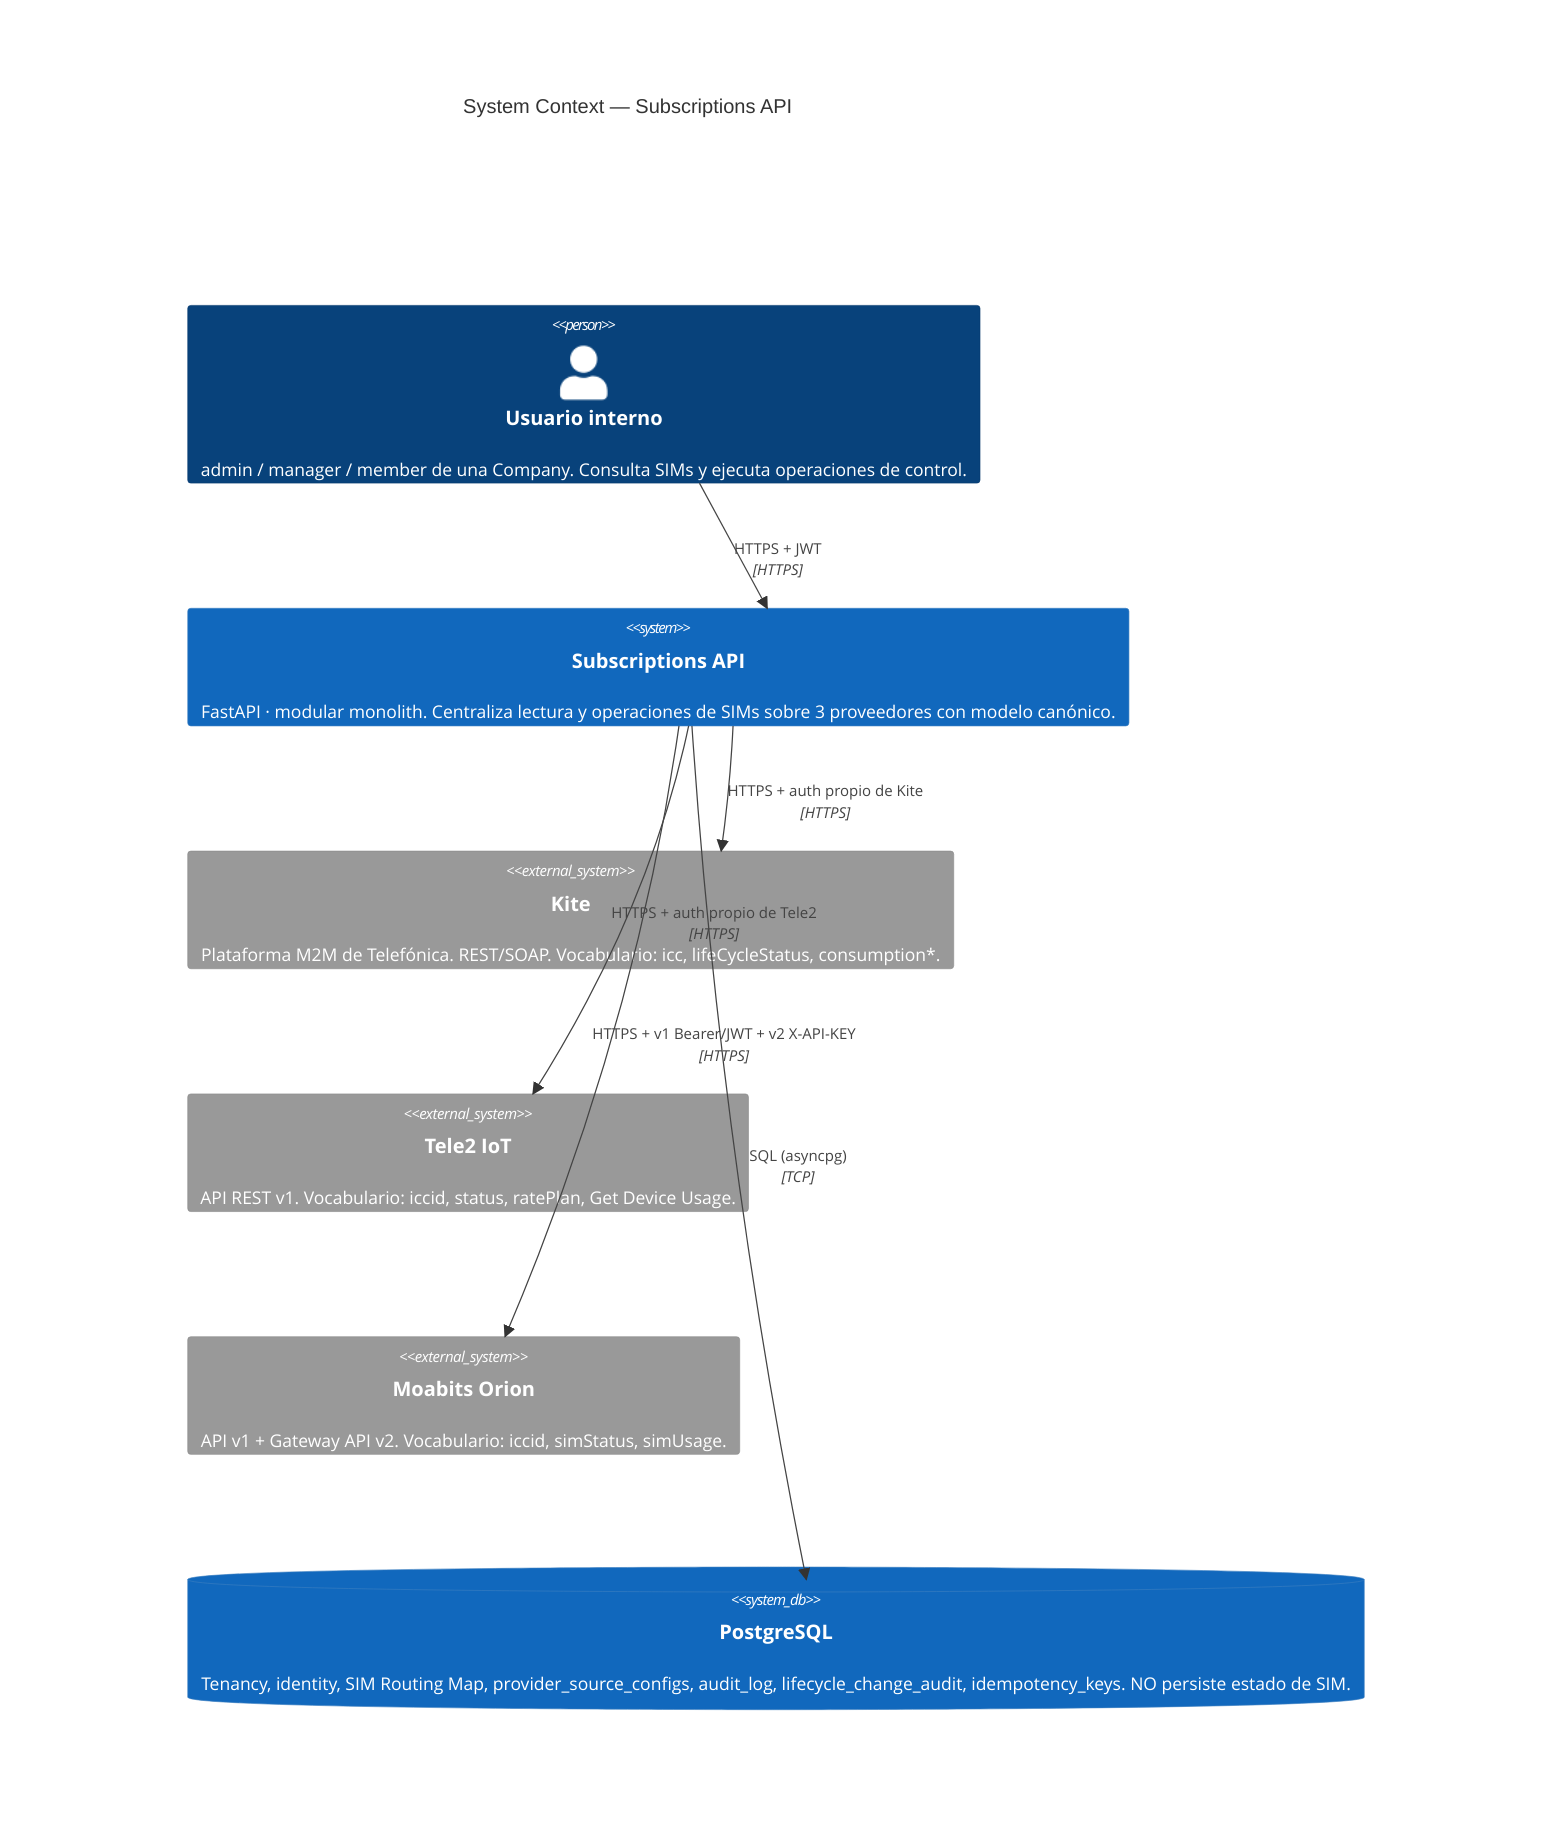
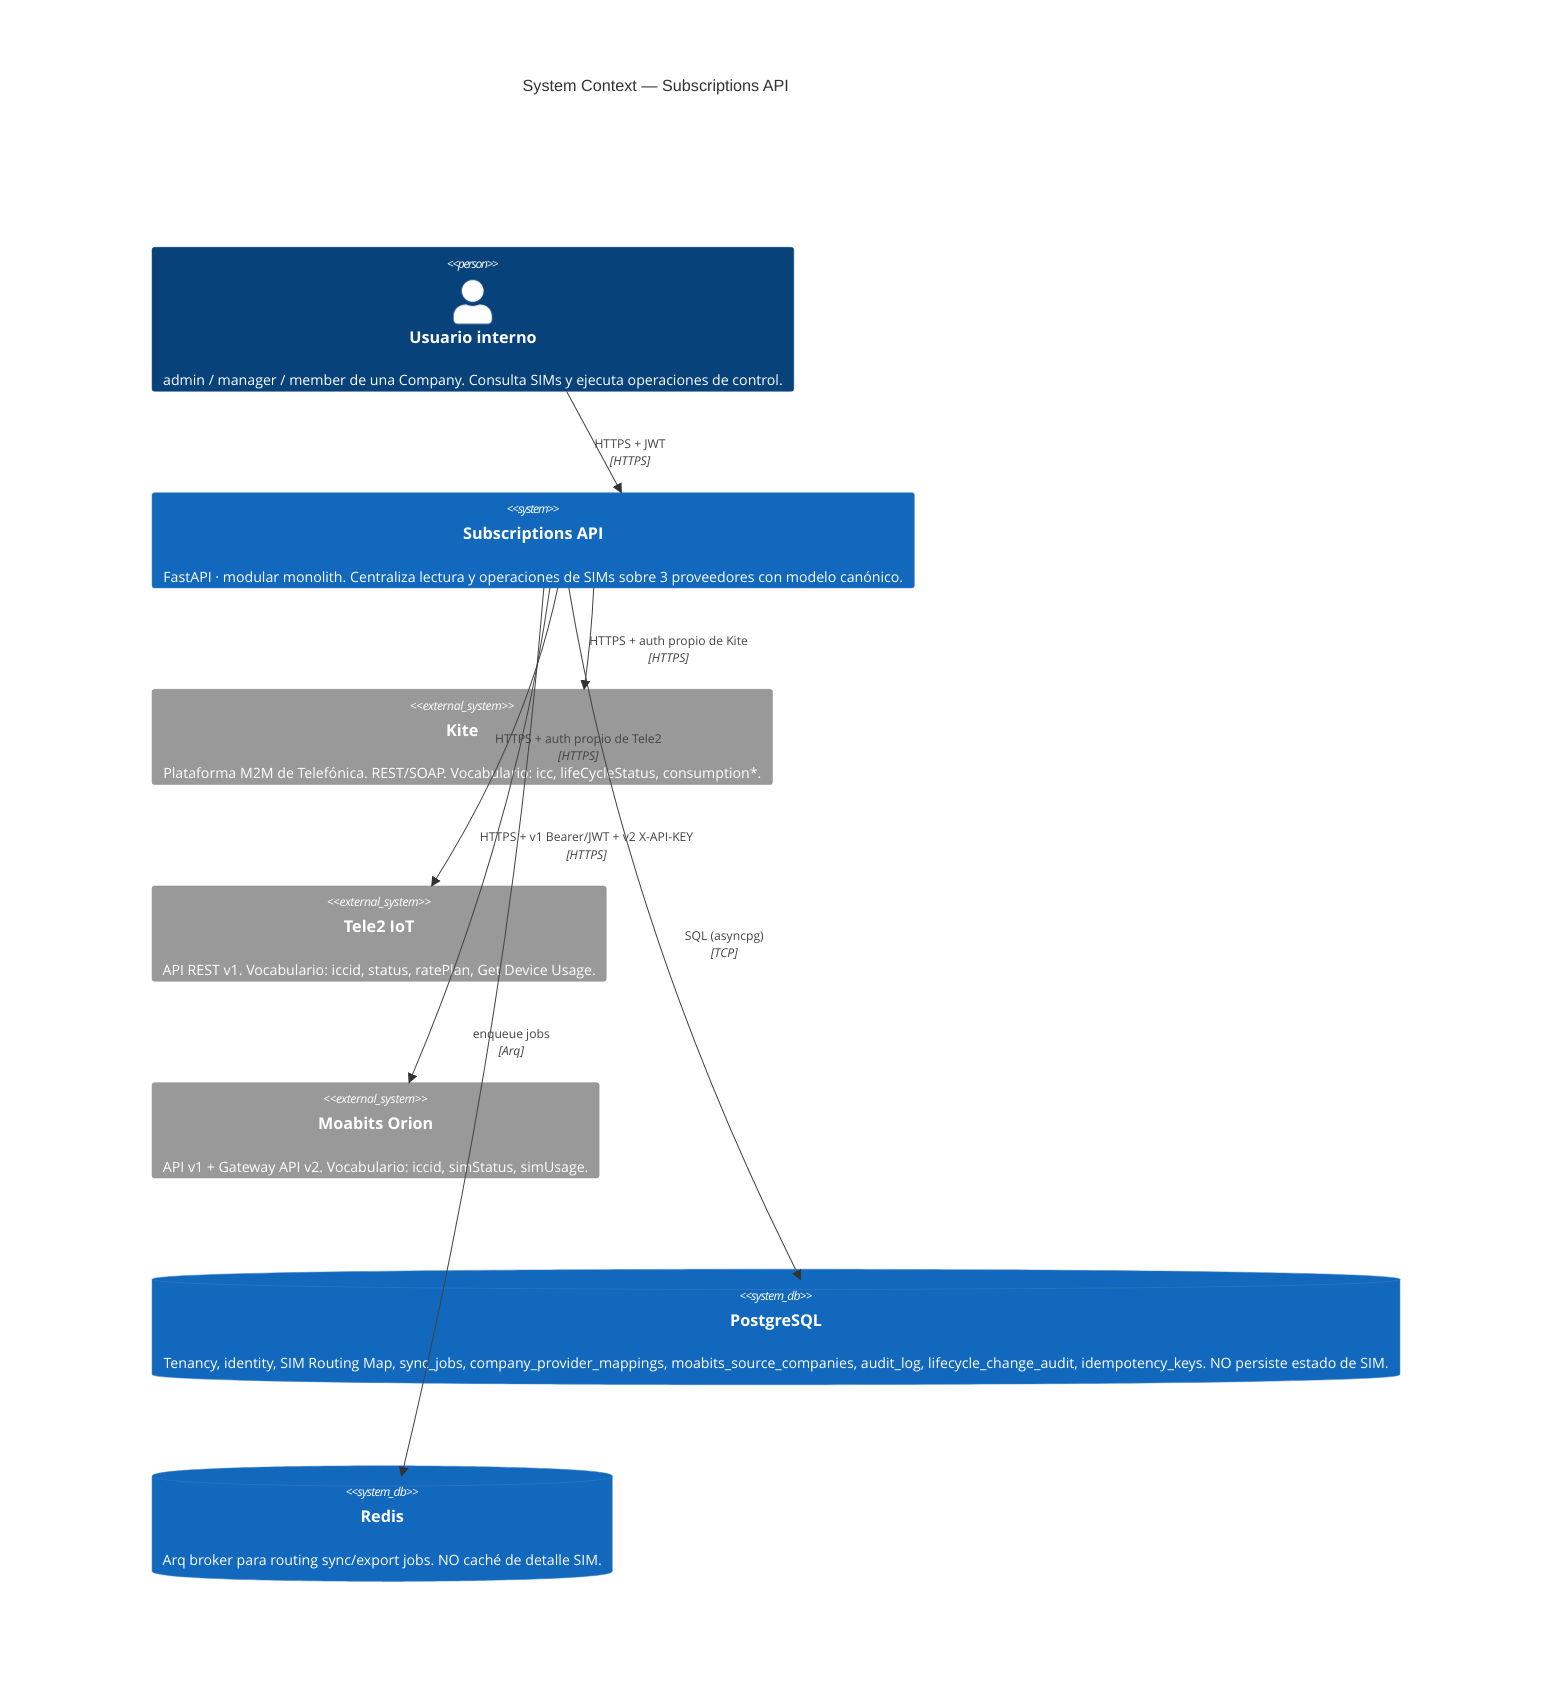
%% C4 Level 1 — System Context for "Subscriptions API"
%% Max 10-12 elements. Using Mermaid C4 syntax (C4Context).

C4Context
  title System Context — Subscriptions API

  Person(user, "Usuario interno", "admin / manager / member de una Company. Consulta SIMs y ejecuta operaciones de control.")

  System(api, "Subscriptions API", "FastAPI · modular monolith. Centraliza lectura y operaciones de SIMs sobre 3 proveedores con modelo canónico.")

  System_Ext(kite, "Kite", "Plataforma M2M de Telefónica. REST/SOAP. Vocabulario: icc, lifeCycleStatus, consumption*.")
  System_Ext(tele2, "Tele2 IoT", "API REST v1. Vocabulario: iccid, status, ratePlan, Get Device Usage.")
  System_Ext(moabits, "Moabits Orion", "API v1 + Gateway API v2. Vocabulario: iccid, simStatus, simUsage.")

-   SystemDb(pgdb, "PostgreSQL", "Tenancy, identity, SIM Routing Map, provider_source_configs, audit_log, lifecycle_change_audit, idempotency_keys. NO persiste estado de SIM.")
+   SystemDb(pgdb, "PostgreSQL", "Tenancy, identity, SIM Routing Map, sync_jobs, company_provider_mappings, moabits_source_companies, audit_log, lifecycle_change_audit, idempotency_keys. NO persiste estado de SIM.")
+   SystemDb(redis, "Redis", "Arq broker para routing sync/export jobs. NO caché de detalle SIM.")

  Rel(user, api, "HTTPS + JWT", "HTTPS")
  Rel(api, pgdb, "SQL (asyncpg)", "TCP")
+   Rel(api, redis, "enqueue jobs", "Arq")
  Rel(api, kite, "HTTPS + auth propio de Kite", "HTTPS")
  Rel(api, tele2, "HTTPS + auth propio de Tele2", "HTTPS")
  Rel(api, moabits, "HTTPS + v1 Bearer/JWT + v2 X-API-KEY", "HTTPS")

  UpdateLayoutConfig($c4ShapeInRow="3", $c4BoundaryInRow="1")
